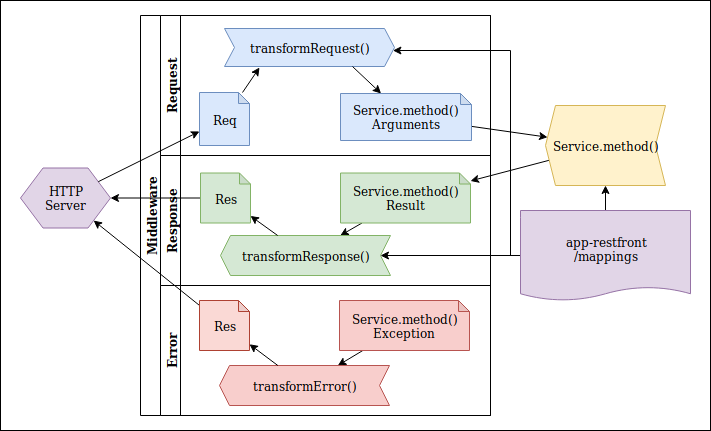
apporo/app-restfront keeps this draw.io diagram as docs/assets/images/arch.png. Above is the earlier version. Source tidied: cells renumbered, new cells last; positions are measured from the earlier drawing's top-left corner, leaving out a move shared by most shapes. Source of this version:
```xml
<mxGraphModel>
  <root>
    <mxCell id="0" />
    <mxCell id="1" parent="0" />
    <mxCell id="2" style="rounded=0;whiteSpace=wrap;html=1;" parent="1" vertex="1">
      <mxGeometry width="710" height="430" as="geometry" />
    </mxCell>
    <mxCell id="3" value="&lt;div&gt;HTTP&lt;/div&gt;&lt;div&gt;Server&lt;br&gt;&lt;/div&gt;" style="shape=hexagon;perimeter=hexagonPerimeter2;whiteSpace=wrap;html=1;fillColor=#e1d5e7;strokeColor=#9673a6;" parent="1" vertex="1">
      <mxGeometry x="20" y="167.5" width="90" height="60" as="geometry" />
    </mxCell>
    <mxCell id="4" value="Middleware" style="swimlane;html=1;horizontal=0;startSize=20;" parent="1" vertex="1">
      <mxGeometry x="140" y="15" width="350" height="400" as="geometry" />
    </mxCell>
    <mxCell id="5" value="Request" style="swimlane;html=1;startSize=20;horizontal=0;" parent="4" vertex="1">
      <mxGeometry x="20" width="330" height="140" as="geometry" />
    </mxCell>
    <mxCell id="6" style="rounded=0;jettySize=auto;html=1;entryX=0.206;entryY=1.02;entryDx=0;entryDy=0;entryPerimeter=0;" parent="5" edge="1" source="7" target="8">
      <mxGeometry relative="1" as="geometry" />
    </mxCell>
    <mxCell id="7" value="Req" style="shape=note;whiteSpace=wrap;html=1;backgroundOutline=1;darkOpacity=0.05;size=11;fillColor=#dae8fc;strokeColor=#6c8ebf;" parent="5" vertex="1">
      <mxGeometry x="39" y="77" width="50" height="53" as="geometry" />
    </mxCell>
    <mxCell id="8" value="transformRequest()" style="shape=step;perimeter=stepPerimeter;whiteSpace=wrap;html=1;fixedSize=1;fillColor=#dae8fc;strokeColor=#6c8ebf;size=10;" parent="5" vertex="1">
      <mxGeometry x="64" y="13" width="170" height="38" as="geometry" />
    </mxCell>
    <mxCell id="9" value="Response" style="swimlane;html=1;startSize=20;horizontal=0;" parent="4" vertex="1">
      <mxGeometry x="20" y="140" width="330" height="130" as="geometry" />
    </mxCell>
    <mxCell id="10" value="Error" style="swimlane;html=1;startSize=20;horizontal=0;" parent="4" vertex="1">
      <mxGeometry x="20" y="270" width="330" height="130" as="geometry" />
    </mxCell>
    <mxCell id="11" style="edgeStyle=none;rounded=0;jettySize=auto;html=1;" parent="1" edge="1" source="25" target="32">
      <mxGeometry relative="1" as="geometry" />
    </mxCell>
    <mxCell id="12" style="edgeStyle=none;rounded=0;jettySize=auto;html=1;exitX=0.75;exitY=1;exitDx=0;exitDy=0;" parent="1" edge="1" source="8" target="25">
      <mxGeometry relative="1" as="geometry" />
    </mxCell>
    <mxCell id="13" style="edgeStyle=none;rounded=0;jettySize=auto;html=1;" parent="1" edge="1" source="14" target="15">
      <mxGeometry relative="1" as="geometry" />
    </mxCell>
    <mxCell id="14" value="&lt;div&gt;Service.method()&lt;/div&gt;&lt;div&gt;Result&lt;br&gt;&lt;/div&gt;" style="shape=note;whiteSpace=wrap;html=1;backgroundOutline=1;darkOpacity=0.05;size=11;fillColor=#d5e8d4;strokeColor=#82b366;" parent="1" vertex="1">
      <mxGeometry x="340" y="172.5" width="130" height="50" as="geometry" />
    </mxCell>
    <mxCell id="15" value="transformResponse()" style="shape=step;perimeter=stepPerimeter;whiteSpace=wrap;html=1;fixedSize=1;flipH=1;fillColor=#d5e8d4;strokeColor=#82b366;size=10;" parent="1" vertex="1">
      <mxGeometry x="220" y="235" width="170" height="40" as="geometry" />
    </mxCell>
    <mxCell id="16" style="edgeStyle=none;rounded=0;jettySize=auto;html=1;" parent="1" edge="1" source="17" target="3">
      <mxGeometry relative="1" as="geometry" />
    </mxCell>
    <mxCell id="17" value="Res" style="shape=note;whiteSpace=wrap;html=1;backgroundOutline=1;darkOpacity=0.05;size=11;fillColor=#d5e8d4;strokeColor=#82b366;" parent="1" vertex="1">
      <mxGeometry x="200" y="172.5" width="50" height="50" as="geometry" />
    </mxCell>
    <mxCell id="18" style="edgeStyle=none;rounded=0;jettySize=auto;html=1;" parent="1" edge="1" source="32" target="14">
      <mxGeometry relative="1" as="geometry" />
    </mxCell>
    <mxCell id="19" style="edgeStyle=none;rounded=0;jettySize=auto;html=1;" parent="1" edge="1" source="15" target="17">
      <mxGeometry relative="1" as="geometry" />
    </mxCell>
    <mxCell id="20" style="edgeStyle=none;rounded=0;jettySize=auto;html=1;" parent="1" edge="1" source="3" target="7">
      <mxGeometry relative="1" as="geometry" />
    </mxCell>
    <mxCell id="21" style="edgeStyle=none;rounded=0;jettySize=auto;html=1;" parent="1" edge="1" source="24" target="32">
      <mxGeometry relative="1" as="geometry" />
    </mxCell>
    <mxCell id="22" style="edgeStyle=none;rounded=0;jettySize=auto;html=1;exitX=0;exitY=0.5;exitDx=0;exitDy=0;" parent="1" edge="1" source="24" target="15">
      <mxGeometry relative="1" as="geometry" />
    </mxCell>
    <mxCell id="23" style="edgeStyle=orthogonalEdgeStyle;rounded=0;jettySize=auto;html=1;exitX=0;exitY=0.5;exitDx=0;exitDy=0;" parent="1" edge="1" source="24" target="8">
      <mxGeometry relative="1" as="geometry">
        <Array as="points">
          <mxPoint x="510" y="255" />
          <mxPoint x="510" y="50" />
        </Array>
      </mxGeometry>
    </mxCell>
    <mxCell id="24" value="&lt;div&gt;app-restfront&lt;/div&gt;&lt;div&gt;/mappings&lt;br&gt;&lt;/div&gt;" style="shape=document;whiteSpace=wrap;html=1;boundedLbl=1;size=0.15;fillColor=#e1d5e7;strokeColor=#9673a6;" parent="1" vertex="1">
      <mxGeometry x="520" y="210" width="170" height="90" as="geometry" />
    </mxCell>
    <mxCell id="25" value="Service.method()&lt;br&gt;&lt;div&gt;Arguments&lt;br&gt;&lt;/div&gt;" style="shape=note;whiteSpace=wrap;html=1;backgroundOutline=1;darkOpacity=0.05;size=11;fillColor=#dae8fc;strokeColor=#6c8ebf;" parent="1" vertex="1">
      <mxGeometry x="340" y="93" width="131" height="47" as="geometry" />
    </mxCell>
    <mxCell id="26" style="rounded=0;jettySize=auto;html=1;" parent="1" edge="1" source="27" target="28">
      <mxGeometry relative="1" as="geometry" />
    </mxCell>
    <mxCell id="27" value="&lt;div&gt;Service.method()&lt;/div&gt;&lt;div&gt;Exception&lt;br&gt;&lt;/div&gt;" style="shape=note;whiteSpace=wrap;html=1;backgroundOutline=1;darkOpacity=0.05;size=11;fillColor=#f8cecc;strokeColor=#b85450;" parent="1" vertex="1">
      <mxGeometry x="339" y="300" width="130" height="50" as="geometry" />
    </mxCell>
    <mxCell id="28" value="transformError()" style="shape=step;perimeter=stepPerimeter;whiteSpace=wrap;html=1;fixedSize=1;flipH=1;fillColor=#f8cecc;strokeColor=#b85450;size=10;" parent="1" vertex="1">
      <mxGeometry x="219" y="365" width="170" height="40" as="geometry" />
    </mxCell>
    <mxCell id="29" style="edgeStyle=none;rounded=0;jettySize=auto;html=1;" parent="1" edge="1" source="30" target="3">
      <mxGeometry relative="1" as="geometry" />
    </mxCell>
    <mxCell id="30" value="Res" style="shape=note;whiteSpace=wrap;html=1;backgroundOutline=1;darkOpacity=0.05;size=11;fillColor=#fad9d5;strokeColor=#ae4132;" parent="1" vertex="1">
      <mxGeometry x="199" y="300" width="50" height="50" as="geometry" />
    </mxCell>
    <mxCell id="31" style="edgeStyle=none;rounded=0;jettySize=auto;html=1;" parent="1" edge="1" source="28" target="30">
      <mxGeometry relative="1" as="geometry" />
    </mxCell>
    <mxCell id="32" value="Service.method()" style="shape=step;perimeter=stepPerimeter;whiteSpace=wrap;html=1;fixedSize=1;rotation=0;size=10;flipH=1;fillColor=#fff2cc;strokeColor=#d6b656;" parent="1" vertex="1">
      <mxGeometry x="545" y="105" width="120" height="80" as="geometry" />
    </mxCell>
  </root>
</mxGraphModel>
```
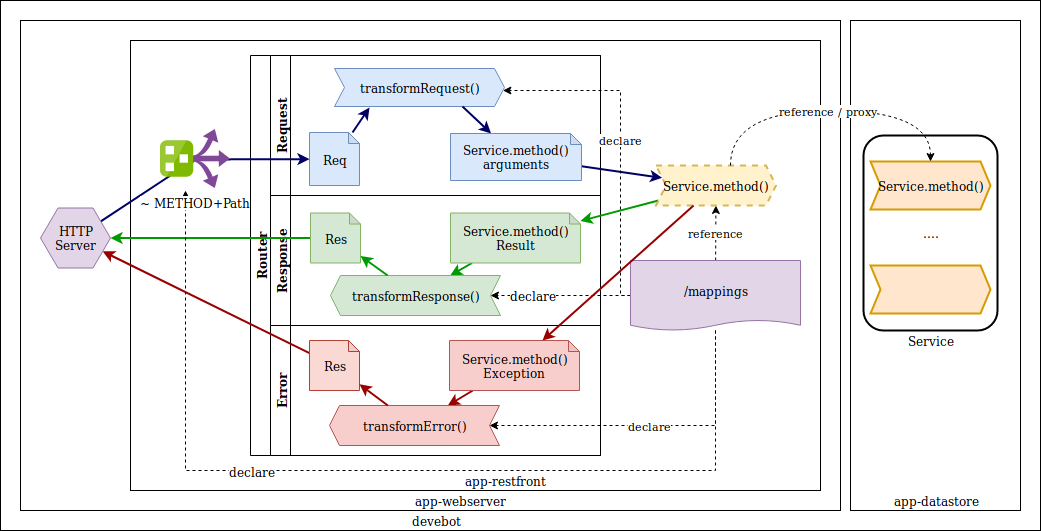
After the change.

Commit message:
Update the architecture diagram

The edit, as a diff of the source:
```diff
@@ -2,19 +2,31 @@
   <root>
     <mxCell id="0" />
     <mxCell id="1" parent="0" />
+    <mxCell id="33" style="rounded=0;whiteSpace=wrap;html=1;" parent="1" vertex="1">
+      <mxGeometry x="-110" y="-40" width="1040" height="530" as="geometry" />
+    </mxCell>
+    <mxCell id="34" style="rounded=0;whiteSpace=wrap;html=1;" parent="1" vertex="1">
+      <mxGeometry x="740" y="-20" width="170" height="490" as="geometry" />
+    </mxCell>
+    <mxCell id="35" style="rounded=0;whiteSpace=wrap;html=1;" parent="1" vertex="1">
+      <mxGeometry x="-90" y="-20" width="820" height="490" as="geometry" />
+    </mxCell>
     <mxCell id="2" style="rounded=0;whiteSpace=wrap;html=1;" parent="1" vertex="1">
-      <mxGeometry width="710" height="430" as="geometry" />
+      <mxGeometry x="20" width="690" height="450" as="geometry" />
     </mxCell>
+    <mxCell id="36" style="rounded=0;jettySize=auto;html=1;startArrow=none;startFill=0;strokeWidth=2;strokeColor=#000066;" parent="1" edge="1" source="3" target="44">
+      <mxGeometry relative="1" as="geometry" />
+    </mxCell>
     <mxCell id="3" value="&lt;div&gt;HTTP&lt;/div&gt;&lt;div&gt;Server&lt;br&gt;&lt;/div&gt;" style="shape=hexagon;perimeter=hexagonPerimeter2;whiteSpace=wrap;html=1;fillColor=#e1d5e7;strokeColor=#9673a6;" parent="1" vertex="1">
-      <mxGeometry x="20" y="167.5" width="90" height="60" as="geometry" />
+      <mxGeometry x="-70" y="167.5" width="70" height="60" as="geometry" />
     </mxCell>
-    <mxCell id="4" value="Middleware" style="swimlane;html=1;horizontal=0;startSize=20;" parent="1" vertex="1">
+    <mxCell id="4" value="Router" style="swimlane;html=1;horizontal=0;startSize=20;" parent="1" vertex="1">
       <mxGeometry x="140" y="15" width="350" height="400" as="geometry" />
     </mxCell>
     <mxCell id="5" value="Request" style="swimlane;html=1;startSize=20;horizontal=0;" parent="4" vertex="1">
       <mxGeometry x="20" width="330" height="140" as="geometry" />
     </mxCell>
-    <mxCell id="6" style="rounded=0;jettySize=auto;html=1;entryX=0.206;entryY=1.02;entryDx=0;entryDy=0;entryPerimeter=0;" parent="5" edge="1" source="7" target="8">
+    <mxCell id="6" style="rounded=0;jettySize=auto;html=1;entryX=0.206;entryY=1.02;entryDx=0;entryDy=0;entryPerimeter=0;strokeColor=#000066;strokeWidth=2;" parent="5" edge="1" source="7" target="8">
       <mxGeometry relative="1" as="geometry" />
     </mxCell>
     <mxCell id="7" value="Req" style="shape=note;whiteSpace=wrap;html=1;backgroundOutline=1;darkOpacity=0.05;size=11;fillColor=#dae8fc;strokeColor=#6c8ebf;" parent="5" vertex="1">
@@ -29,13 +41,13 @@
     <mxCell id="10" value="Error" style="swimlane;html=1;startSize=20;horizontal=0;" parent="4" vertex="1">
       <mxGeometry x="20" y="270" width="330" height="130" as="geometry" />
     </mxCell>
-    <mxCell id="11" style="edgeStyle=none;rounded=0;jettySize=auto;html=1;" parent="1" edge="1" source="25" target="32">
+    <mxCell id="11" style="edgeStyle=none;rounded=0;jettySize=auto;html=1;strokeColor=#000066;strokeWidth=2;" parent="1" edge="1" source="25" target="32">
       <mxGeometry relative="1" as="geometry" />
     </mxCell>
-    <mxCell id="12" style="edgeStyle=none;rounded=0;jettySize=auto;html=1;exitX=0.75;exitY=1;exitDx=0;exitDy=0;" parent="1" edge="1" source="8" target="25">
+    <mxCell id="12" style="edgeStyle=none;rounded=0;jettySize=auto;html=1;exitX=0.75;exitY=1;exitDx=0;exitDy=0;strokeColor=#000066;strokeWidth=2;" parent="1" edge="1" source="8" target="25">
       <mxGeometry relative="1" as="geometry" />
     </mxCell>
-    <mxCell id="13" style="edgeStyle=none;rounded=0;jettySize=auto;html=1;" parent="1" edge="1" source="14" target="15">
+    <mxCell id="13" style="edgeStyle=none;rounded=0;jettySize=auto;html=1;strokeWidth=2;strokeColor=#009900;" parent="1" edge="1" source="14" target="15">
       <mxGeometry relative="1" as="geometry" />
     </mxCell>
     <mxCell id="14" value="&lt;div&gt;Service.method()&lt;/div&gt;&lt;div&gt;Result&lt;br&gt;&lt;/div&gt;" style="shape=note;whiteSpace=wrap;html=1;backgroundOutline=1;darkOpacity=0.05;size=11;fillColor=#d5e8d4;strokeColor=#82b366;" parent="1" vertex="1">
@@ -44,28 +56,31 @@
     <mxCell id="15" value="transformResponse()" style="shape=step;perimeter=stepPerimeter;whiteSpace=wrap;html=1;fixedSize=1;flipH=1;fillColor=#d5e8d4;strokeColor=#82b366;size=10;" parent="1" vertex="1">
       <mxGeometry x="220" y="235" width="170" height="40" as="geometry" />
     </mxCell>
-    <mxCell id="16" style="edgeStyle=none;rounded=0;jettySize=auto;html=1;" parent="1" edge="1" source="17" target="3">
+    <mxCell id="16" style="edgeStyle=none;rounded=0;jettySize=auto;html=1;strokeWidth=2;strokeColor=#009900;" parent="1" edge="1" source="17" target="3">
       <mxGeometry relative="1" as="geometry" />
     </mxCell>
     <mxCell id="17" value="Res" style="shape=note;whiteSpace=wrap;html=1;backgroundOutline=1;darkOpacity=0.05;size=11;fillColor=#d5e8d4;strokeColor=#82b366;" parent="1" vertex="1">
       <mxGeometry x="200" y="172.5" width="50" height="50" as="geometry" />
     </mxCell>
-    <mxCell id="18" style="edgeStyle=none;rounded=0;jettySize=auto;html=1;" parent="1" edge="1" source="32" target="14">
+    <mxCell id="18" style="edgeStyle=none;rounded=0;jettySize=auto;html=1;strokeWidth=2;strokeColor=#009900;" parent="1" edge="1" source="32" target="14">
       <mxGeometry relative="1" as="geometry" />
     </mxCell>
-    <mxCell id="19" style="edgeStyle=none;rounded=0;jettySize=auto;html=1;" parent="1" edge="1" source="15" target="17">
+    <mxCell id="19" style="edgeStyle=none;rounded=0;jettySize=auto;html=1;strokeWidth=2;strokeColor=#009900;" parent="1" edge="1" source="15" target="17">
       <mxGeometry relative="1" as="geometry" />
     </mxCell>
-    <mxCell id="20" style="edgeStyle=none;rounded=0;jettySize=auto;html=1;" parent="1" edge="1" source="3" target="7">
+    <mxCell id="20" style="edgeStyle=none;rounded=0;jettySize=auto;html=1;exitX=0.25;exitY=0;exitDx=0;exitDy=0;strokeColor=#000066;strokeWidth=2;" parent="1" edge="1" source="44" target="7">
       <mxGeometry relative="1" as="geometry" />
     </mxCell>
-    <mxCell id="21" style="edgeStyle=none;rounded=0;jettySize=auto;html=1;" parent="1" edge="1" source="24" target="32">
+    <mxCell id="21" value="reference" style="edgeStyle=none;rounded=0;jettySize=auto;html=1;dashed=1;" parent="1" edge="1" source="24" target="32">
       <mxGeometry relative="1" as="geometry" />
     </mxCell>
-    <mxCell id="22" style="edgeStyle=none;rounded=0;jettySize=auto;html=1;exitX=0;exitY=0.5;exitDx=0;exitDy=0;" parent="1" edge="1" source="24" target="15">
+    <mxCell id="22" style="edgeStyle=none;rounded=0;jettySize=auto;html=1;exitX=0;exitY=0.5;exitDx=0;exitDy=0;dashed=1;" parent="1" edge="1" source="24" target="15">
       <mxGeometry relative="1" as="geometry" />
     </mxCell>
+    <mxCell id="37" value="declare" style="text;html=1;align=center;verticalAlign=middle;labelBackgroundColor=#ffffff;" parent="22" vertex="1">
+      <mxGeometry x="0.4" y="-1" relative="1" as="geometry" />
+    </mxCell>
-    <mxCell id="23" style="edgeStyle=orthogonalEdgeStyle;rounded=0;jettySize=auto;html=1;exitX=0;exitY=0.5;exitDx=0;exitDy=0;" parent="1" edge="1" source="24" target="8">
+    <mxCell id="23" value="declare" style="edgeStyle=orthogonalEdgeStyle;rounded=0;jettySize=auto;html=1;exitX=0;exitY=0.5;exitDx=0;exitDy=0;dashed=1;" parent="1" edge="1" source="24" target="8">
       <mxGeometry relative="1" as="geometry">
         <Array as="points">
           <mxPoint x="510" y="255" />
@@ -73,13 +88,34 @@
         </Array>
       </mxGeometry>
     </mxCell>
+    <mxCell id="38" value="declare" style="edgeStyle=orthogonalEdgeStyle;rounded=0;jettySize=auto;html=1;entryX=1;entryY=0.5;entryDx=0;entryDy=0;startArrow=none;startFill=0;strokeWidth=1;dashed=1;" parent="1" edge="1" source="24" target="28">
+      <mxGeometry relative="1" as="geometry">
+        <Array as="points">
+          <mxPoint x="605" y="385" />
+        </Array>
+      </mxGeometry>
+    </mxCell>
+    <mxCell id="39" style="edgeStyle=orthogonalEdgeStyle;rounded=0;jettySize=auto;html=1;startArrow=none;startFill=0;strokeWidth=1;dashed=1;" parent="1" edge="1" source="24">
+      <mxGeometry relative="1" as="geometry">
+        <mxPoint x="75" y="150" as="targetPoint" />
+        <Array as="points">
+          <mxPoint x="605" y="430" />
+          <mxPoint x="75" y="430" />
+        </Array>
+      </mxGeometry>
+    </mxCell>
+    <mxCell id="40" value="declare" style="text;html=1;align=center;verticalAlign=middle;labelBackgroundColor=#ffffff;" parent="39" vertex="1">
+      <mxGeometry x="0.31" y="-2" relative="1" as="geometry">
+        <mxPoint x="20" y="2" as="offset" />
+      </mxGeometry>
+    </mxCell>
-    <mxCell id="24" value="&lt;div&gt;app-restfront&lt;/div&gt;&lt;div&gt;/mappings&lt;br&gt;&lt;/div&gt;" style="shape=document;whiteSpace=wrap;html=1;boundedLbl=1;size=0.15;fillColor=#e1d5e7;strokeColor=#9673a6;" parent="1" vertex="1">
-      <mxGeometry x="520" y="210" width="170" height="90" as="geometry" />
+    <mxCell id="24" value="/mappings" style="shape=document;whiteSpace=wrap;html=1;boundedLbl=1;size=0.15;fillColor=#e1d5e7;strokeColor=#9673a6;" parent="1" vertex="1">
+      <mxGeometry x="520" y="220" width="170" height="70" as="geometry" />
     </mxCell>
-    <mxCell id="25" value="Service.method()&lt;br&gt;&lt;div&gt;Arguments&lt;br&gt;&lt;/div&gt;" style="shape=note;whiteSpace=wrap;html=1;backgroundOutline=1;darkOpacity=0.05;size=11;fillColor=#dae8fc;strokeColor=#6c8ebf;" parent="1" vertex="1">
+    <mxCell id="25" value="Service.method()&lt;br&gt;&lt;div&gt;arguments&lt;br&gt;&lt;/div&gt;" style="shape=note;whiteSpace=wrap;html=1;backgroundOutline=1;darkOpacity=0.05;size=11;fillColor=#dae8fc;strokeColor=#6c8ebf;" parent="1" vertex="1">
       <mxGeometry x="340" y="93" width="131" height="47" as="geometry" />
     </mxCell>
-    <mxCell id="26" style="rounded=0;jettySize=auto;html=1;" parent="1" edge="1" source="27" target="28">
+    <mxCell id="26" style="rounded=0;jettySize=auto;html=1;strokeWidth=2;strokeColor=#990000;" parent="1" edge="1" source="27" target="28">
       <mxGeometry relative="1" as="geometry" />
     </mxCell>
     <mxCell id="27" value="&lt;div&gt;Service.method()&lt;/div&gt;&lt;div&gt;Exception&lt;br&gt;&lt;/div&gt;" style="shape=note;whiteSpace=wrap;html=1;backgroundOutline=1;darkOpacity=0.05;size=11;fillColor=#f8cecc;strokeColor=#b85450;" parent="1" vertex="1">
@@ -88,17 +124,55 @@
     <mxCell id="28" value="transformError()" style="shape=step;perimeter=stepPerimeter;whiteSpace=wrap;html=1;fixedSize=1;flipH=1;fillColor=#f8cecc;strokeColor=#b85450;size=10;" parent="1" vertex="1">
       <mxGeometry x="219" y="365" width="170" height="40" as="geometry" />
     </mxCell>
-    <mxCell id="29" style="edgeStyle=none;rounded=0;jettySize=auto;html=1;" parent="1" edge="1" source="30" target="3">
+    <mxCell id="29" style="edgeStyle=none;rounded=0;jettySize=auto;html=1;strokeWidth=2;strokeColor=#990000;" parent="1" edge="1" source="30" target="3">
       <mxGeometry relative="1" as="geometry" />
     </mxCell>
     <mxCell id="30" value="Res" style="shape=note;whiteSpace=wrap;html=1;backgroundOutline=1;darkOpacity=0.05;size=11;fillColor=#fad9d5;strokeColor=#ae4132;" parent="1" vertex="1">
       <mxGeometry x="199" y="300" width="50" height="50" as="geometry" />
     </mxCell>
-    <mxCell id="31" style="edgeStyle=none;rounded=0;jettySize=auto;html=1;" parent="1" edge="1" source="28" target="30">
+    <mxCell id="31" style="edgeStyle=none;rounded=0;jettySize=auto;html=1;strokeWidth=2;strokeColor=#990000;" parent="1" edge="1" source="28" target="30">
       <mxGeometry relative="1" as="geometry" />
     </mxCell>
-    <mxCell id="32" value="Service.method()" style="shape=step;perimeter=stepPerimeter;whiteSpace=wrap;html=1;fixedSize=1;rotation=0;size=10;flipH=1;fillColor=#fff2cc;strokeColor=#d6b656;" parent="1" vertex="1">
-      <mxGeometry x="545" y="105" width="120" height="80" as="geometry" />
+    <mxCell id="32" value="Service.method()" style="shape=step;perimeter=stepPerimeter;whiteSpace=wrap;html=1;fixedSize=1;rotation=0;size=10;flipH=0;fillColor=#fff2cc;strokeColor=#d6b656;dashed=1;strokeWidth=2;" parent="1" vertex="1">
+      <mxGeometry x="545.5" y="125" width="120" height="40" as="geometry" />
     </mxCell>
+    <mxCell id="41" value="app-restfront" style="text;html=1;strokeColor=none;fillColor=none;align=center;verticalAlign=middle;whiteSpace=wrap;rounded=0;" parent="1" vertex="1">
+      <mxGeometry x="349" y="430" width="91" height="20" as="geometry" />
+    </mxCell>
+    <mxCell id="42" value="app-webserver" style="text;html=1;strokeColor=none;fillColor=none;align=center;verticalAlign=middle;whiteSpace=wrap;rounded=0;" parent="1" vertex="1">
+      <mxGeometry x="298" y="450" width="102" height="20" as="geometry" />
+    </mxCell>
+    <mxCell id="43" style="edgeStyle=none;rounded=0;jettySize=auto;html=1;strokeWidth=2;strokeColor=#990000;" parent="1" edge="1" source="32" target="27">
+      <mxGeometry relative="1" as="geometry" />
+    </mxCell>
+    <mxCell id="44" value="~ METHOD+Path" style="html=1;perimeter=none;align=center;shadow=0;dashed=0;image;fontSize=12;image=img/lib/mscae/Route_Filter.svg;" parent="1" vertex="1">
+      <mxGeometry x="50" y="89" width="70" height="59" as="geometry" />
+    </mxCell>
+    <mxCell id="45" value="devebot" style="text;html=1;strokeColor=none;fillColor=none;align=center;verticalAlign=middle;whiteSpace=wrap;rounded=0;" parent="1" vertex="1">
+      <mxGeometry x="274" y="470" width="102" height="20" as="geometry" />
+    </mxCell>
+    <mxCell id="46" value="app-datastore" style="text;html=1;strokeColor=none;fillColor=none;align=center;verticalAlign=middle;whiteSpace=wrap;rounded=0;" parent="1" vertex="1">
+      <mxGeometry x="774" y="450" width="102" height="20" as="geometry" />
+    </mxCell>
+    <mxCell id="47" value="...." style="rounded=1;whiteSpace=wrap;html=1;strokeWidth=2;" parent="1" vertex="1">
+      <mxGeometry x="753" y="95" width="134" height="195" as="geometry" />
+    </mxCell>
+    <mxCell id="48" value="Service.method()" style="shape=step;perimeter=stepPerimeter;whiteSpace=wrap;html=1;fixedSize=1;rotation=0;size=10;flipH=0;fillColor=#ffe6cc;strokeColor=#d79b00;strokeWidth=2;" parent="1" vertex="1">
+      <mxGeometry x="760" y="121" width="120" height="48" as="geometry" />
+    </mxCell>
+    <mxCell id="49" value="reference / proxy" style="edgeStyle=orthogonalEdgeStyle;rounded=0;jettySize=auto;html=1;dashed=1;startArrow=none;startFill=0;strokeWidth=1;curved=1;" parent="1" edge="1" source="32" target="48">
+      <mxGeometry relative="1" as="geometry">
+        <Array as="points">
+          <mxPoint x="620" y="70" />
+          <mxPoint x="820" y="70" />
+        </Array>
+      </mxGeometry>
+    </mxCell>
+    <mxCell id="50" style="shape=step;perimeter=stepPerimeter;whiteSpace=wrap;html=1;fixedSize=1;rotation=0;size=10;flipH=0;strokeWidth=2;fillColor=#ffe6cc;strokeColor=#d79b00;" parent="1" vertex="1">
+      <mxGeometry x="760" y="225" width="120" height="48" as="geometry" />
+    </mxCell>
+    <mxCell id="51" value="Service" style="text;html=1;strokeColor=none;fillColor=none;align=center;verticalAlign=middle;whiteSpace=wrap;rounded=0;" parent="1" vertex="1">
+      <mxGeometry x="769" y="290" width="102" height="20" as="geometry" />
+    </mxCell>
   </root>
 </mxGraphModel>
```
